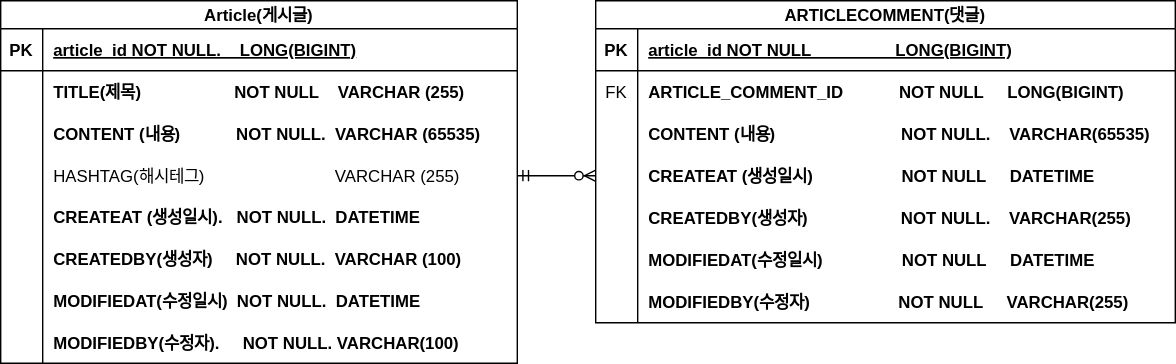
The draw.io diagram documents/board-erd.svg in harrybark/tomatolog, before a commit. Source tidied: cells renumbered, new cells last; positions are measured from the earlier drawing's top-left corner, leaving out a move shared by most shapes.
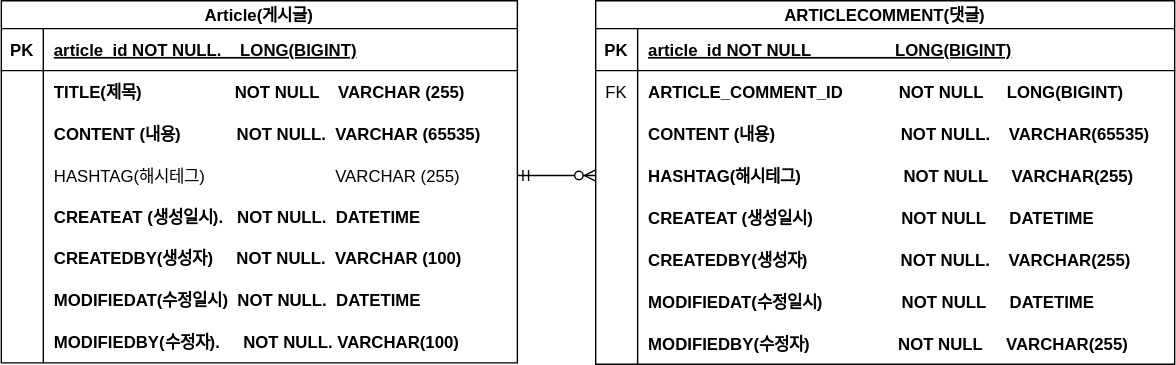
Later version of the same file.

What changed in the source:
```diff
@@ -78,7 +78,7 @@
       <mxGeometry x="30" width="339" height="30" as="geometry" />
     </mxCell>
     <mxCell id="27" value="ARTICLECOMMENT(댓글)" style="shape=table;startSize=20;rowLines=0;fontStyle=1;align=center;" parent="1" vertex="1">
-      <mxGeometry x="425" width="414" height="230" as="geometry" />
+      <mxGeometry x="425" width="414" height="260" as="geometry" />
     </mxCell>
     <mxCell id="28" style="shape=partialRectangle;fillColor=none;top=0;left=0;right=0;bottom=1;" parent="27" vertex="1">
       <mxGeometry y="20" width="414" height="30" as="geometry" />
@@ -107,8 +107,17 @@
     <mxCell id="36" value="CONTENT (내용)                           NOT NULL.    VARCHAR(65535)" style="shape=partialRectangle;overflow=hidden;fillColor=none;top=0;left=0;bottom=0;right=0;align=left;spacingLeft=6;fontStyle=1;" parent="34" vertex="1">
       <mxGeometry x="30" width="384" height="30" as="geometry" />
     </mxCell>
+    <mxCell id="50" style="shape=partialRectangle;fillColor=none;points=[[0,0.5],[1,0.5]];portConstraint=eastwest;top=0;left=0;right=0;bottom=0;" parent="27" vertex="1">
+      <mxGeometry y="110" width="414" height="30" as="geometry" />
+    </mxCell>
+    <mxCell id="51" style="shape=partialRectangle;overflow=hidden;fillColor=none;top=0;left=0;bottom=0;right=0;" parent="50" vertex="1">
+      <mxGeometry width="30" height="30" as="geometry" />
+    </mxCell>
+    <mxCell id="52" value="HASHTAG(해시테그)                      NOT NULL     VARCHAR(255)" style="shape=partialRectangle;overflow=hidden;fillColor=none;top=0;left=0;bottom=0;right=0;align=left;spacingLeft=6;fontStyle=1;" parent="50" vertex="1">
+      <mxGeometry x="30" width="384" height="30" as="geometry" />
+    </mxCell>
     <mxCell id="37" style="shape=partialRectangle;fillColor=none;top=0;left=0;right=0;bottom=0;" parent="27" vertex="1">
-      <mxGeometry y="110" width="414" height="30" as="geometry" />
+      <mxGeometry y="140" width="414" height="30" as="geometry" />
     </mxCell>
     <mxCell id="38" style="shape=partialRectangle;overflow=hidden;fillColor=none;top=0;left=0;bottom=0;right=0;" parent="37" vertex="1">
       <mxGeometry width="30" height="30" as="geometry" />
@@ -117,7 +126,7 @@
       <mxGeometry x="30" width="384" height="30" as="geometry" />
     </mxCell>
     <mxCell id="40" style="shape=partialRectangle;fillColor=none;top=0;left=0;right=0;bottom=0;" parent="27" vertex="1">
-      <mxGeometry y="140" width="414" height="30" as="geometry" />
+      <mxGeometry y="170" width="414" height="30" as="geometry" />
     </mxCell>
     <mxCell id="41" style="shape=partialRectangle;overflow=hidden;fillColor=none;top=0;left=0;bottom=0;right=0;" parent="40" vertex="1">
       <mxGeometry width="30" height="30" as="geometry" />
@@ -126,7 +135,7 @@
       <mxGeometry x="30" width="384" height="30" as="geometry" />
     </mxCell>
     <mxCell id="43" style="shape=partialRectangle;fillColor=none;top=0;left=0;right=0;bottom=0;" parent="27" vertex="1">
-      <mxGeometry y="170" width="414" height="30" as="geometry" />
+      <mxGeometry y="200" width="414" height="30" as="geometry" />
     </mxCell>
     <mxCell id="44" style="shape=partialRectangle;overflow=hidden;fillColor=none;top=0;left=0;bottom=0;right=0;" parent="43" vertex="1">
       <mxGeometry width="30" height="30" as="geometry" />
@@ -135,7 +144,7 @@
       <mxGeometry x="30" width="384" height="30" as="geometry" />
     </mxCell>
     <mxCell id="46" style="shape=partialRectangle;fillColor=none;top=0;left=0;right=0;bottom=0;" parent="27" vertex="1">
-      <mxGeometry y="200" width="414" height="30" as="geometry" />
+      <mxGeometry y="230" width="414" height="30" as="geometry" />
     </mxCell>
     <mxCell id="47" style="shape=partialRectangle;overflow=hidden;fillColor=none;top=0;left=0;bottom=0;right=0;" parent="46" vertex="1">
       <mxGeometry width="30" height="30" as="geometry" />
@@ -143,10 +152,8 @@
     <mxCell id="48" value="MODIFIEDBY(수정자)                   NOT NULL     VARCHAR(255)" style="shape=partialRectangle;overflow=hidden;fillColor=none;top=0;left=0;bottom=0;right=0;align=left;spacingLeft=6;fontStyle=1;" parent="46" vertex="1">
       <mxGeometry x="30" width="384" height="30" as="geometry" />
     </mxCell>
-    <mxCell id="49" style="fontSize=12;html=1;endArrow=ERzeroToMany;startArrow=ERmandOne;rounded=0;exitX=1;exitY=0.5;exitDx=0;exitDy=0;entryX=0;entryY=0.5;entryDx=0;entryDy=0;" parent="1" edge="1" source="12">
-      <mxGeometry relative="1" as="geometry">
-        <mxPoint x="425" y="125" as="targetPoint" />
-      </mxGeometry>
+    <mxCell id="49" style="fontSize=12;html=1;endArrow=ERzeroToMany;startArrow=ERmandOne;rounded=0;exitX=1;exitY=0.5;exitDx=0;exitDy=0;entryX=0;entryY=0.5;entryDx=0;entryDy=0;" parent="1" edge="1" source="12" target="50">
+      <mxGeometry relative="1" as="geometry" />
     </mxCell>
   </root>
 </mxGraphModel>
```
